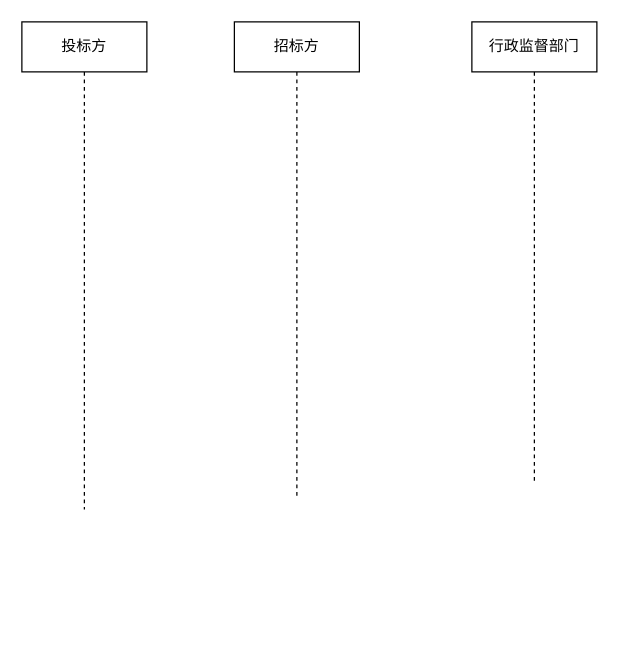
Earlier version of the draw.io diagram 招投标投诉处理.drawio (Chenguoqing2008/drawio). Source tidied: cells renumbered, new cells numbered last; positions are measured from the earlier drawing's top-left corner, leaving out a move shared by most shapes. Both pictures are drawn from the tidied source at 125%, with x=0, y=0 at pixel (21, 21).
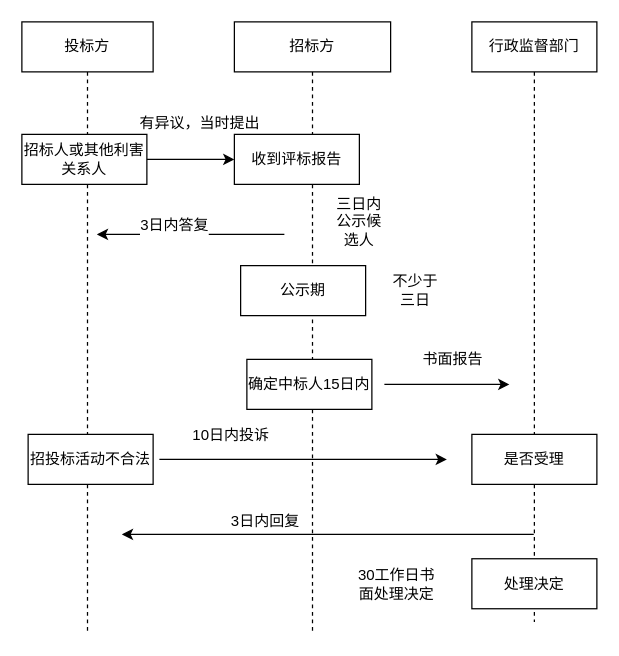
After the change.

Commit message (it also covers changes not shown here):
Update 招投标投诉处理.drawio

What changed in the source:
```diff
@@
     <mxCell id="2" value="投标方" style="shape=umlLifeline;perimeter=lifelinePerimeter;whiteSpace=wrap;html=1;" parent="1" vertex="1">
-      <mxGeometry width="100" height="390" as="geometry" />
+      <mxGeometry width="105" height="490" as="geometry" />
     </mxCell>
+    <mxCell id="5" value="招标人或其他利害关系人" style="rounded=0;whiteSpace=wrap;html=1;" parent="2" vertex="1">
+      <mxGeometry y="90" width="100" height="40" as="geometry" />
+    </mxCell>
+    <mxCell id="6" value="招投标活动不合法" style="rounded=0;whiteSpace=wrap;html=1;" parent="2" vertex="1">
+      <mxGeometry x="5" y="330" width="100" height="40" as="geometry" />
+    </mxCell>
     <mxCell id="3" value="招标方" style="shape=umlLifeline;perimeter=lifelinePerimeter;whiteSpace=wrap;html=1;" parent="1" vertex="1">
-      <mxGeometry x="170" width="100" height="380" as="geometry" />
+      <mxGeometry x="170" width="125" height="490" as="geometry" />
     </mxCell>
+    <mxCell id="7" value="收到评标报告" style="rounded=0;whiteSpace=wrap;html=1;" parent="3" vertex="1">
+      <mxGeometry y="90" width="100" height="40" as="geometry" />
+    </mxCell>
+    <mxCell id="8" value="公示期" style="rounded=0;whiteSpace=wrap;html=1;" parent="3" vertex="1">
+      <mxGeometry x="5" y="195" width="100" height="40" as="geometry" />
+    </mxCell>
     <mxCell id="4" value="行政监督部门" style="shape=umlLifeline;perimeter=lifelinePerimeter;whiteSpace=wrap;html=1;outlineConnect=0;" parent="1" vertex="1">
-      <mxGeometry x="360" width="100" height="370" as="geometry" />
+      <mxGeometry x="360" width="100" height="480" as="geometry" />
     </mxCell>
+    <mxCell id="9" value="是否受理" style="rounded=0;whiteSpace=wrap;html=1;" parent="4" vertex="1">
+      <mxGeometry y="330" width="100" height="40" as="geometry" />
+    </mxCell>
+    <mxCell id="10" value="三日内公示候选人" style="text;html=1;strokeColor=none;fillColor=none;align=center;verticalAlign=middle;whiteSpace=wrap;rounded=0;" parent="1" vertex="1">
+      <mxGeometry x="250" y="150" width="40" height="20" as="geometry" />
+    </mxCell>
+    <mxCell id="11" value="不少于三日" style="text;html=1;strokeColor=none;fillColor=none;align=center;verticalAlign=middle;whiteSpace=wrap;rounded=0;" parent="1" vertex="1">
+      <mxGeometry x="295" y="205" width="40" height="20" as="geometry" />
+    </mxCell>
+    <mxCell id="12" style="endArrow=classic;html=1;entryX=0;entryY=0.5;entryDx=0;entryDy=0;exitX=1;exitY=0.5;exitDx=0;exitDy=0;" parent="1" edge="1" source="5" target="7">
+      <mxGeometry relative="1" as="geometry" />
+    </mxCell>
+    <mxCell id="13" value="有异议，当时提出" style="text;html=1;align=center;verticalAlign=middle;labelBackgroundColor=#ffffff;" parent="12" vertex="1">
+      <mxGeometry x="-0.41" y="-4" relative="1" as="geometry">
+        <mxPoint x="20" y="-34" as="offset" />
+      </mxGeometry>
+    </mxCell>
+    <mxCell id="14" style="endArrow=classic;html=1;" parent="1" edge="1">
+      <mxGeometry relative="1" as="geometry">
+        <mxPoint x="210" y="170" as="sourcePoint" />
+        <mxPoint x="60" y="170" as="targetPoint" />
+      </mxGeometry>
+    </mxCell>
+    <mxCell id="15" value="3日内答复" style="text;html=1;align=center;verticalAlign=middle;labelBackgroundColor=#ffffff;" parent="14" vertex="1">
+      <mxGeometry x="0.19" y="-8" relative="1" as="geometry" />
+    </mxCell>
+    <mxCell id="16" value="确定中标人15日内" style="rounded=0;whiteSpace=wrap;html=1;" parent="1" vertex="1">
+      <mxGeometry x="180" y="270" width="100" height="40" as="geometry" />
+    </mxCell>
+    <mxCell id="17" style="endArrow=classic;html=1;" parent="1" edge="1">
+      <mxGeometry relative="1" as="geometry">
+        <mxPoint x="290" y="290" as="sourcePoint" />
+        <mxPoint x="390" y="290" as="targetPoint" />
+      </mxGeometry>
+    </mxCell>
+    <mxCell id="18" value="书面报告" style="text;html=1;strokeColor=none;fillColor=none;align=center;verticalAlign=middle;whiteSpace=wrap;rounded=0;" parent="1" vertex="1">
+      <mxGeometry x="310" y="260" width="70" height="20" as="geometry" />
+    </mxCell>
+    <mxCell id="19" style="endArrow=classic;html=1;" parent="1" edge="1">
+      <mxGeometry relative="1" as="geometry">
+        <mxPoint x="110" y="350" as="sourcePoint" />
+        <mxPoint x="340" y="350" as="targetPoint" />
+      </mxGeometry>
+    </mxCell>
+    <mxCell id="20" value="10日内投诉" style="text;html=1;align=center;verticalAlign=middle;labelBackgroundColor=#ffffff;" parent="1" vertex="1">
+      <mxGeometry x="130.6" y="172" as="geometry">
+        <mxPoint x="36" y="158" as="offset" />
+      </mxGeometry>
+    </mxCell>
+    <mxCell id="21" style="endArrow=classic;html=1;" parent="1" edge="1" source="4">
+      <mxGeometry relative="1" as="geometry">
+        <mxPoint x="80" y="410" as="targetPoint" />
+      </mxGeometry>
+    </mxCell>
+    <mxCell id="22" value="3日内回复" style="text;html=1;strokeColor=none;fillColor=none;align=center;verticalAlign=middle;whiteSpace=wrap;rounded=0;" parent="1" vertex="1">
+      <mxGeometry x="160" y="390" width="70" height="20" as="geometry" />
+    </mxCell>
+    <mxCell id="23" value="处理决定" style="rounded=0;whiteSpace=wrap;html=1;" parent="1" vertex="1">
+      <mxGeometry x="360" y="429.5" width="100" height="40" as="geometry" />
+    </mxCell>
+    <mxCell id="24" value="30工作日书面处理决定" style="text;html=1;strokeColor=none;fillColor=none;align=center;verticalAlign=middle;whiteSpace=wrap;rounded=0;" parent="1" vertex="1">
+      <mxGeometry x="265" y="439.5" width="70" height="20" as="geometry" />
+    </mxCell>
```
